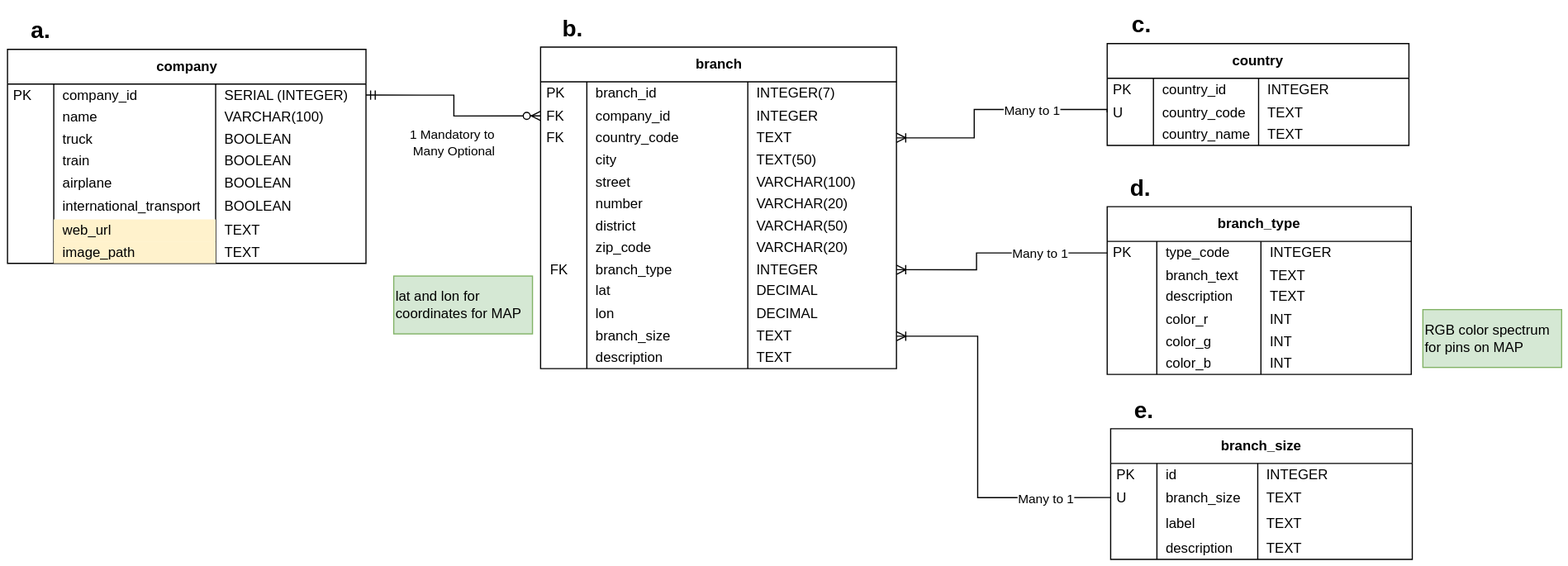
Earlier version of the draw.io export Pictures/Function_8/F8_ERD_v3.svg (netj22693/backup-app-jn). Source tidied: cells renumbered, new cells last; positions are measured from the earlier drawing's top-left corner, leaving out a move shared by most shapes.
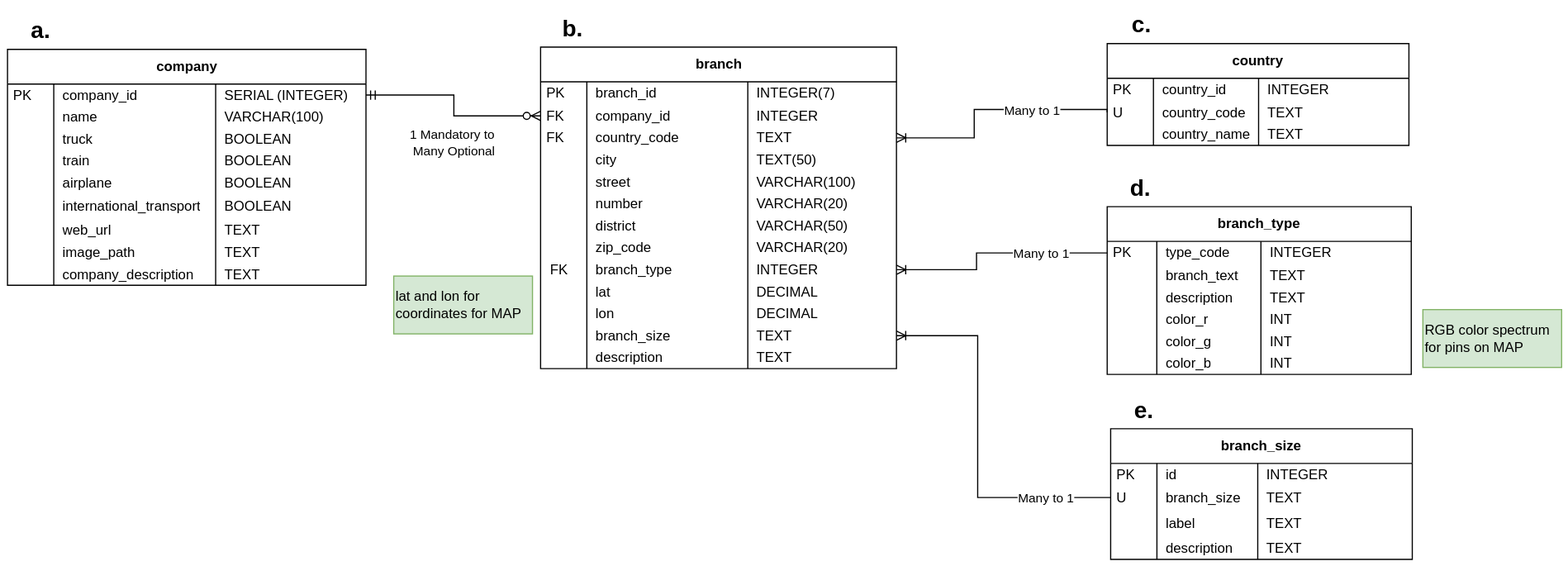
The same file after the commit.

Diff of the diagram source:
```diff
@@ -3,7 +3,7 @@
     <mxCell id="0" />
     <mxCell id="1" parent="0" />
     <mxCell id="2" value="company" style="shape=table;startSize=30;rowLines=0;fontStyle=1;align=center;html=1;textShadow=0;shadow=0;rounded=0;swimlaneLine=1;" parent="1" vertex="1">
-      <mxGeometry x="1" y="37" width="310" height="185" as="geometry" />
+      <mxGeometry x="1" y="37" width="310" height="204" as="geometry" />
     </mxCell>
     <mxCell id="3" style="shape=tableRow;horizontal=0;startSize=0;swimlaneHead=0;swimlaneBody=0;fillColor=none;points=[[0,0.5],[1,0.5]];portConstraint=eastwest;top=0;left=0;right=0;bottom=0;" parent="2" vertex="1">
       <mxGeometry y="30" width="310" height="19" as="geometry" />
@@ -83,7 +83,7 @@
     <mxCell id="28" style="shape=partialRectangle;fillColor=none;top=0;left=0;bottom=0;right=0;overflow=hidden;whiteSpace=wrap;html=1;" parent="27" vertex="1">
       <mxGeometry width="40" height="19" as="geometry" />
     </mxCell>
-    <mxCell id="29" value="web_url" style="shape=partialRectangle;fillColor=#fff2cc;top=0;left=0;bottom=0;right=0;align=left;spacingLeft=6;overflow=hidden;whiteSpace=wrap;html=1;strokeColor=#d6b656;" parent="27" vertex="1">
+    <mxCell id="29" value="web_url" style="shape=partialRectangle;top=0;left=0;bottom=0;right=0;align=left;spacingLeft=6;overflow=hidden;whiteSpace=wrap;html=1;strokeColor=default;verticalAlign=middle;fontFamily=Helvetica;fontSize=12;fontColor=default;fillColor=none;" parent="27" vertex="1">
       <mxGeometry x="40" width="140" height="19" as="geometry" />
     </mxCell>
     <mxCell id="30" value="TEXT" style="shape=partialRectangle;fillColor=none;top=0;left=0;bottom=0;right=0;align=left;spacingLeft=6;overflow=hidden;whiteSpace=wrap;html=1;" parent="27" vertex="1">
@@ -95,12 +95,24 @@
     <mxCell id="32" style="shape=partialRectangle;fillColor=none;top=0;left=0;bottom=0;right=0;overflow=hidden;whiteSpace=wrap;html=1;" parent="31" vertex="1">
       <mxGeometry width="40" height="19" as="geometry" />
     </mxCell>
-    <mxCell id="33" value="image_path" style="shape=partialRectangle;fillColor=#fff2cc;top=0;left=0;bottom=0;right=0;align=left;spacingLeft=6;overflow=hidden;whiteSpace=wrap;html=1;strokeColor=#d6b656;" parent="31" vertex="1">
+    <mxCell id="33" value="image_path" style="shape=partialRectangle;top=0;left=0;bottom=0;right=0;align=left;spacingLeft=6;overflow=hidden;whiteSpace=wrap;html=1;strokeColor=default;verticalAlign=middle;fontFamily=Helvetica;fontSize=12;fontColor=default;fillColor=none;" parent="31" vertex="1">
       <mxGeometry x="40" width="140" height="19" as="geometry" />
     </mxCell>
     <mxCell id="34" value="TEXT" style="shape=partialRectangle;fillColor=none;top=0;left=0;bottom=0;right=0;align=left;spacingLeft=6;overflow=hidden;whiteSpace=wrap;html=1;" parent="31" vertex="1">
       <mxGeometry x="180" width="130" height="19" as="geometry" />
     </mxCell>
+    <mxCell id="158" style="shape=tableRow;horizontal=0;startSize=0;swimlaneHead=0;swimlaneBody=0;fillColor=none;top=0;left=0;right=0;bottom=0;" parent="2" vertex="1">
+      <mxGeometry y="185" width="310" height="19" as="geometry" />
+    </mxCell>
+    <mxCell id="159" style="shape=partialRectangle;fillColor=none;top=0;left=0;bottom=0;right=0;overflow=hidden;whiteSpace=wrap;html=1;" parent="158" vertex="1">
+      <mxGeometry width="40" height="19" as="geometry" />
+    </mxCell>
+    <mxCell id="160" value="company_description" style="shape=partialRectangle;top=0;left=0;bottom=0;right=0;align=left;spacingLeft=6;overflow=hidden;whiteSpace=wrap;html=1;strokeColor=default;verticalAlign=middle;fontFamily=Helvetica;fontSize=12;fontColor=default;fillColor=none;" parent="158" vertex="1">
+      <mxGeometry x="40" width="140" height="19" as="geometry" />
+    </mxCell>
+    <mxCell id="161" value="TEXT" style="shape=partialRectangle;fillColor=none;top=0;left=0;bottom=0;right=0;align=left;spacingLeft=6;overflow=hidden;whiteSpace=wrap;html=1;" parent="158" vertex="1">
+      <mxGeometry x="180" width="130" height="19" as="geometry" />
+    </mxCell>
     <mxCell id="35" value="branch" style="shape=table;startSize=30;rowLines=0;fontStyle=1;align=center;html=1;textShadow=0;shadow=0;rounded=0;swimlaneLine=1;" parent="1" vertex="1">
       <mxGeometry x="462" y="35" width="307.8" height="278" as="geometry" />
     </mxCell>
```
